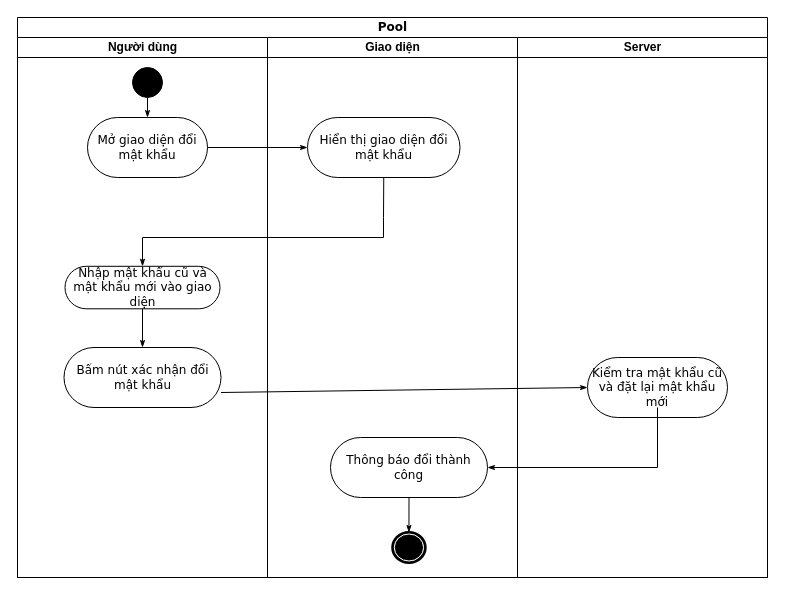
Before: page "ChangePassword" (6 of 6) of Halo_Login_BieuDoHoatDong Diagram.drawio in nguyentruongson1235/pttkhdt2020, a draw.io diagram. Source tidied: cells renumbered, new cells numbered last; positions are measured from the earlier drawing's top-left corner, leaving out a move shared by most shapes. Both pictures are drawn from the tidied source at 100%, with x=0, y=0 at pixel (17, 17).
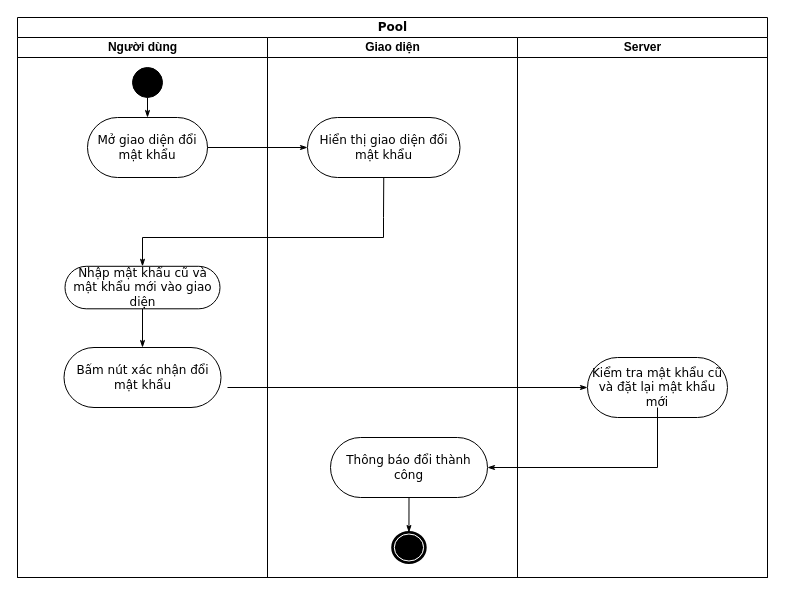
The same diagram, later.

The change refers to these unchanged cells:
```xml
<mxCell id="2" value="Pool" style="swimlane;html=1;startSize=20;rounded=0;shadow=0;comic=0;labelBackgroundColor=none;strokeWidth=1;fontFamily=Verdana;fontSize=12;align=center;" parent="1" vertex="1">
  <mxGeometry width="750" height="560" as="geometry" />
</mxCell>
<mxCell id="8" value="Bấm nút xác nhận đổi mật khẩu" style="rounded=1;whiteSpace=wrap;html=1;shadow=0;comic=0;labelBackgroundColor=none;strokeWidth=1;fontFamily=Verdana;fontSize=12;align=center;arcSize=50;" parent="3" vertex="1">
  <mxGeometry x="46.5" y="310" width="157" height="60" as="geometry" />
</mxCell>
<mxCell id="16" value="Kiểm tra mật khẩu cũ và đặt lại mật khẩu mới" style="rounded=1;whiteSpace=wrap;html=1;shadow=0;comic=0;labelBackgroundColor=none;strokeWidth=1;fontFamily=Verdana;fontSize=12;align=center;arcSize=50;" parent="15" vertex="1">
  <mxGeometry x="70" y="320" width="140" height="60" as="geometry" />
</mxCell>
```

Diff of the diagram source:
```diff
@@
-    <mxCell id="20" style="edgeStyle=none;rounded=0;html=1;labelBackgroundColor=none;startArrow=none;startFill=0;startSize=5;endArrow=classicThin;endFill=1;endSize=5;jettySize=auto;strokeWidth=1;fontFamily=Verdana;fontSize=12;exitX=1;exitY=0.75;exitDx=0;exitDy=0;entryX=0;entryY=0.5;entryDx=0;entryDy=0;" parent="2" edge="1" source="8" target="16">
-      <mxGeometry relative="1" as="geometry" />
+    <mxCell id="20" style="edgeStyle=none;rounded=0;html=1;labelBackgroundColor=none;startArrow=none;startFill=0;startSize=5;endArrow=classicThin;endFill=1;endSize=5;jettySize=auto;strokeWidth=1;fontFamily=Verdana;fontSize=12;entryX=0;entryY=0.5;entryDx=0;entryDy=0;" parent="2" edge="1" target="16">
+      <mxGeometry relative="1" as="geometry">
+        <mxPoint x="210" y="370" as="sourcePoint" />
+      </mxGeometry>
     </mxCell>
```
